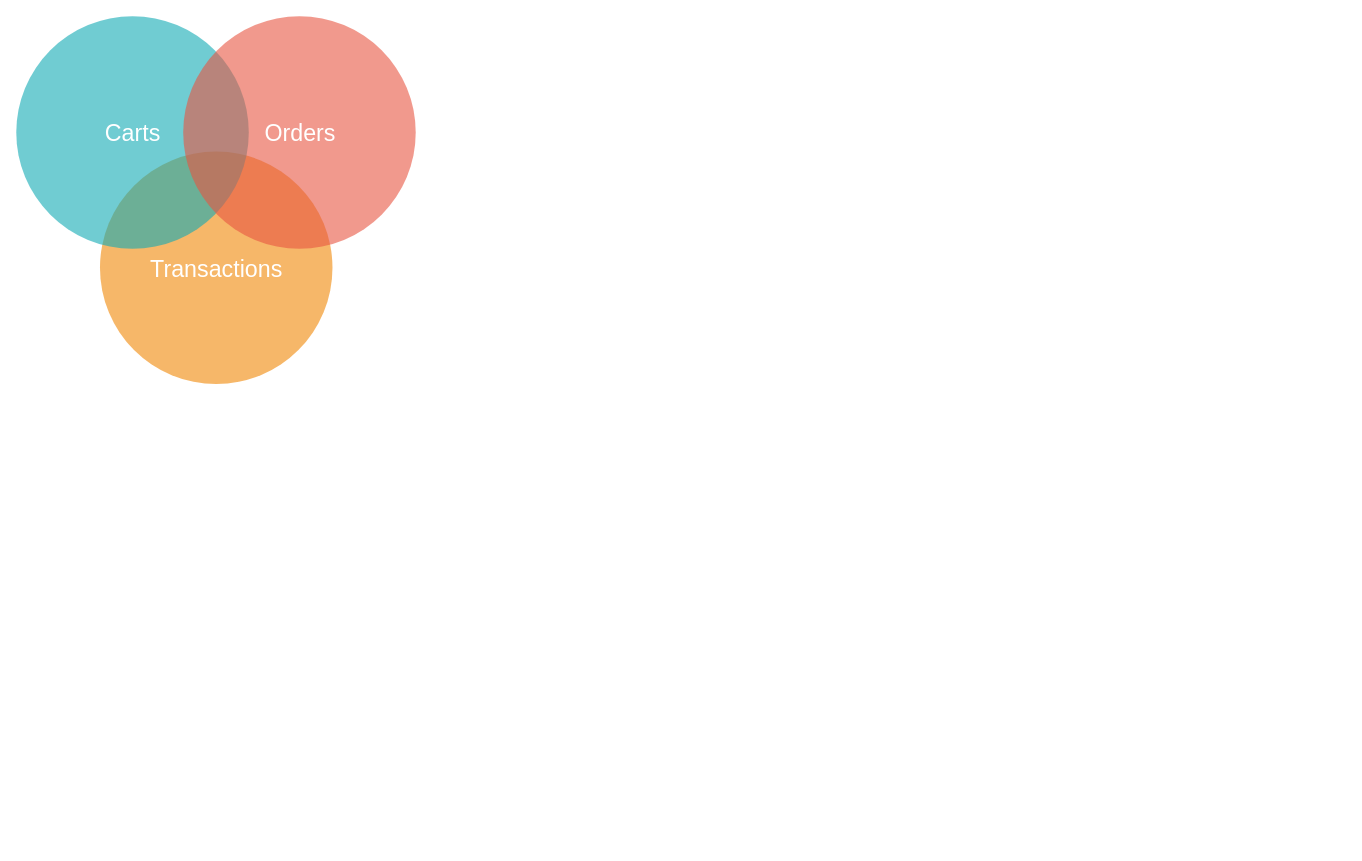
The draw.io diagram New Order System.drawio in yeganemehr/my-charts, before the edit. Source tidied: cells renumbered, new cells numbered last; positions are measured from the earlier drawing's top-left corner, leaving out a move shared by most shapes. Both pictures are drawn from the tidied source at 93%, with x=0, y=0 at pixel (16, 16).
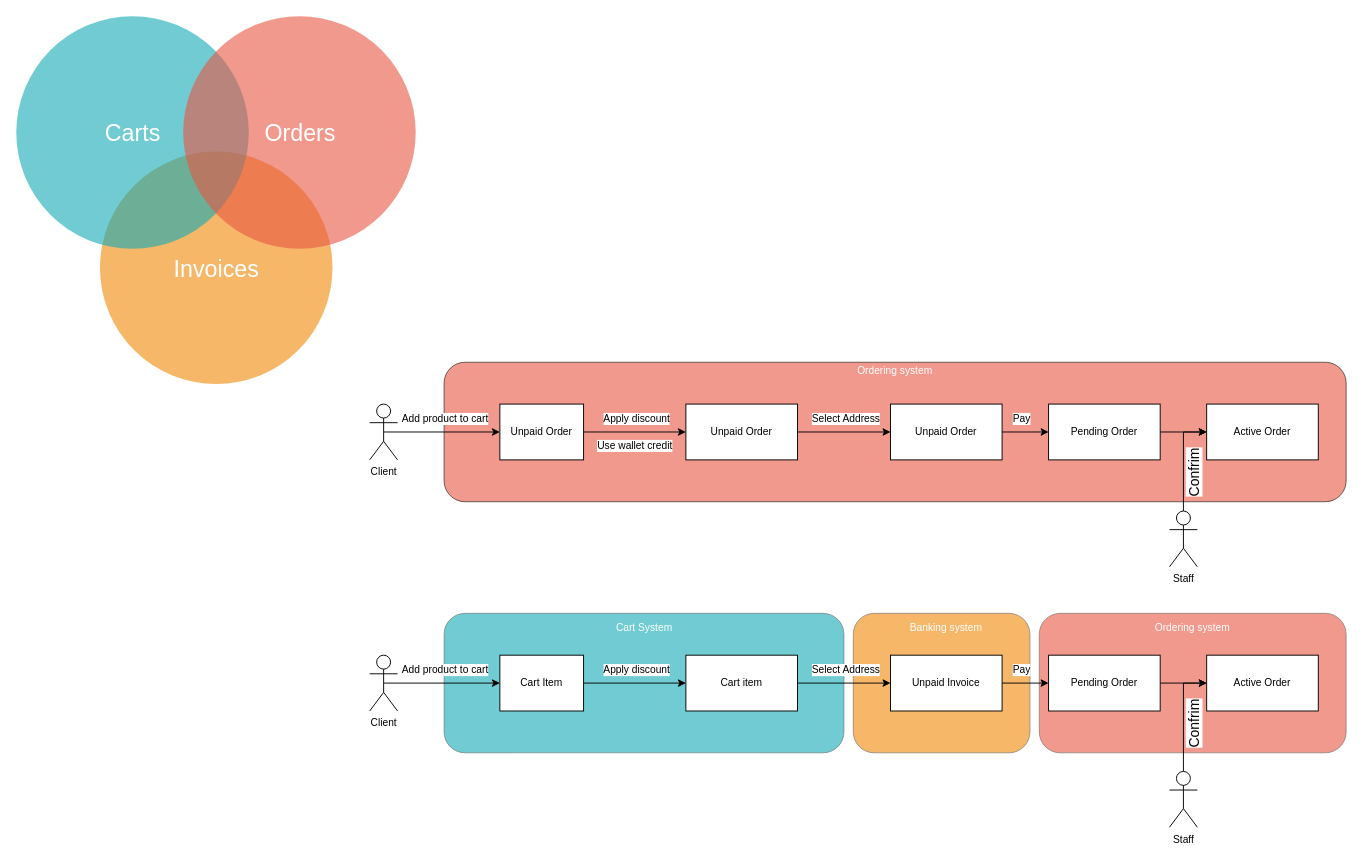
Above is the later version.

What changed in the source:
```diff
@@
-    <mxCell id="2" value="&lt;font style=&quot;font-size: 25px&quot;&gt;Transactions&lt;/font&gt;" style="ellipse;fillColor=#F08705;opacity=60;strokeColor=none;html=1;fontColor=#FFFFFF;" parent="1" vertex="1">
-      <mxGeometry x="90" y="145.5" width="250" height="250" as="geometry" />
-    </mxCell>
+    <mxCell id="5" style="rounded=1;whiteSpace=wrap;html=1;fontFamily=IranSans;fontSize=25;fillColor=#E85642;fontColor=#333333;strokeColor=#666666;opacity=60;" parent="1" vertex="1">
+      <mxGeometry x="1100" y="642" width="330" height="150" as="geometry" />
+    </mxCell>
+    <mxCell id="6" style="rounded=1;whiteSpace=wrap;html=1;fontFamily=IranSans;fontSize=25;fillColor=#F08705;fontColor=#333333;strokeColor=#666666;opacity=60;" parent="1" vertex="1">
+      <mxGeometry x="900" y="642" width="190" height="150" as="geometry" />
+    </mxCell>
+    <mxCell id="7" value="&lt;font style=&quot;font-size: 25px&quot;&gt;Invoices&lt;/font&gt;" style="ellipse;fillColor=#F08705;opacity=60;strokeColor=none;html=1;fontColor=#FFFFFF;" parent="1" vertex="1">
+      <mxGeometry x="90" y="145.5" width="250" height="250" as="geometry" />
+    </mxCell>
@@
+    <mxCell id="8" style="rounded=1;whiteSpace=wrap;html=1;fontFamily=IranSans;fontSize=25;fillColor=#E85642;opacity=60;" parent="1" vertex="1">
+      <mxGeometry x="460" y="372" width="970" height="150" as="geometry" />
+    </mxCell>
+    <mxCell id="9" style="edgeStyle=orthogonalEdgeStyle;rounded=0;jettySize=auto;html=1;exitX=0.5;exitY=0.5;exitDx=0;exitDy=0;exitPerimeter=0;entryX=0;entryY=0.5;entryDx=0;entryDy=0;fontFamily=IranSans;fontSize=25;" parent="1" edge="1" source="11" target="14">
+      <mxGeometry relative="1" as="geometry" />
+    </mxCell>
+    <mxCell id="10" value="Add product to cart" style="edgeLabel;html=1;align=center;verticalAlign=middle;fontSize=11;fontFamily=IranSans;" parent="9" vertex="1">
+      <mxGeometry x="-0.41" relative="1" as="geometry">
+        <mxPoint x="28" y="-15" as="offset" />
+      </mxGeometry>
+    </mxCell>
+    <mxCell id="11" value="Client" style="shape=umlActor;verticalLabelPosition=bottom;verticalAlign=top;html=1;outlineConnect=0;fontFamily=IranSans;fontSize=11;" parent="1" vertex="1">
+      <mxGeometry x="380" y="417" width="30" height="60" as="geometry" />
+    </mxCell>
+    <mxCell id="12" value="Use wallet credit" style="edgeStyle=orthogonalEdgeStyle;rounded=0;jettySize=auto;html=1;exitX=1;exitY=0.5;exitDx=0;exitDy=0;entryX=0;entryY=0.5;entryDx=0;entryDy=0;fontFamily=IranSans;fontSize=11;" parent="1" edge="1" source="14" target="17">
+      <mxGeometry y="-15" relative="1" as="geometry" />
+    </mxCell>
+    <mxCell id="13" value="Apply discount" style="edgeLabel;html=1;align=center;verticalAlign=middle;fontSize=11;fontFamily=IranSans;" parent="12" vertex="1">
+      <mxGeometry x="0.1" y="-3" relative="1" as="geometry">
+        <mxPoint x="-5" y="-18" as="offset" />
+      </mxGeometry>
+    </mxCell>
+    <mxCell id="14" value="Unpaid Order" style="rounded=0;whiteSpace=wrap;html=1;fontFamily=IranSans;fontSize=11;" parent="1" vertex="1">
+      <mxGeometry x="520" y="417" width="90" height="60" as="geometry" />
+    </mxCell>
+    <mxCell id="15" style="edgeStyle=orthogonalEdgeStyle;rounded=0;jettySize=auto;html=1;exitX=1;exitY=0.5;exitDx=0;exitDy=0;entryX=0;entryY=0.5;entryDx=0;entryDy=0;fontFamily=IranSans;fontSize=11;" parent="1" edge="1" source="17" target="20">
+      <mxGeometry relative="1" as="geometry" />
+    </mxCell>
+    <mxCell id="16" value="Select Address" style="edgeLabel;html=1;align=center;verticalAlign=middle;fontSize=11;fontFamily=IranSans;" parent="15" vertex="1">
+      <mxGeometry x="0.23" relative="1" as="geometry">
+        <mxPoint x="-11" y="-15" as="offset" />
+      </mxGeometry>
+    </mxCell>
+    <mxCell id="17" value="Unpaid Order" style="rounded=0;whiteSpace=wrap;html=1;fontFamily=IranSans;fontSize=11;" parent="1" vertex="1">
+      <mxGeometry x="720" y="417" width="120" height="60" as="geometry" />
+    </mxCell>
+    <mxCell id="18" style="edgeStyle=orthogonalEdgeStyle;rounded=0;jettySize=auto;html=1;exitX=1;exitY=0.5;exitDx=0;exitDy=0;entryX=0;entryY=0.5;entryDx=0;entryDy=0;fontFamily=IranSans;fontSize=11;" parent="1" edge="1" source="20" target="22">
+      <mxGeometry relative="1" as="geometry" />
+    </mxCell>
+    <mxCell id="19" value="Pay" style="edgeLabel;html=1;align=center;verticalAlign=middle;fontSize=11;fontFamily=IranSans;" parent="18" vertex="1">
+      <mxGeometry x="-0.27" relative="1" as="geometry">
+        <mxPoint x="2" y="-15" as="offset" />
+      </mxGeometry>
+    </mxCell>
+    <mxCell id="20" value="Unpaid Order" style="rounded=0;whiteSpace=wrap;html=1;fontFamily=IranSans;fontSize=11;" parent="1" vertex="1">
+      <mxGeometry x="940" y="417" width="120" height="60" as="geometry" />
+    </mxCell>
+    <mxCell id="21" style="edgeStyle=orthogonalEdgeStyle;rounded=0;jettySize=auto;html=1;exitX=1;exitY=0.5;exitDx=0;exitDy=0;entryX=0;entryY=0.5;entryDx=0;entryDy=0;fontFamily=IranSans;fontSize=11;" parent="1" edge="1" source="22" target="23">
+      <mxGeometry relative="1" as="geometry" />
+    </mxCell>
+    <mxCell id="22" value="Pending Order" style="rounded=0;whiteSpace=wrap;html=1;fontFamily=IranSans;fontSize=11;" parent="1" vertex="1">
+      <mxGeometry x="1110" y="417" width="120" height="60" as="geometry" />
+    </mxCell>
+    <mxCell id="23" value="Active Order" style="rounded=0;whiteSpace=wrap;html=1;fontFamily=IranSans;fontSize=11;" parent="1" vertex="1">
+      <mxGeometry x="1280" y="417" width="120" height="60" as="geometry" />
+    </mxCell>
+    <mxCell id="24" style="edgeStyle=orthogonalEdgeStyle;rounded=0;jettySize=auto;html=1;exitX=0.5;exitY=0;exitDx=0;exitDy=0;exitPerimeter=0;entryX=0;entryY=0.5;entryDx=0;entryDy=0;fontFamily=IranSans;fontSize=11;" parent="1" edge="1" source="26" target="23">
+      <mxGeometry relative="1" as="geometry" />
+    </mxCell>
+    <mxCell id="25" value="Confrim" style="edgeLabel;html=1;align=center;verticalAlign=middle;fontSize=15;rotation=-90;" parent="24" vertex="1">
+      <mxGeometry x="-0.47" y="-1" relative="1" as="geometry">
+        <mxPoint x="9" y="-11" as="offset" />
+      </mxGeometry>
+    </mxCell>
+    <mxCell id="26" value="Staff" style="shape=umlActor;verticalLabelPosition=bottom;verticalAlign=top;html=1;outlineConnect=0;fontFamily=IranSans;fontSize=11;" parent="1" vertex="1">
+      <mxGeometry x="1240" y="532" width="30" height="60" as="geometry" />
+    </mxCell>
+    <mxCell id="27" style="rounded=1;whiteSpace=wrap;html=1;fontFamily=IranSans;fontSize=25;fillColor=#12AAB5;fontColor=#333333;strokeColor=#666666;opacity=60;" parent="1" vertex="1">
+      <mxGeometry x="460" y="642" width="430" height="150" as="geometry" />
+    </mxCell>
+    <mxCell id="28" style="edgeStyle=orthogonalEdgeStyle;rounded=0;jettySize=auto;html=1;exitX=0.5;exitY=0.5;exitDx=0;exitDy=0;exitPerimeter=0;entryX=0;entryY=0.5;entryDx=0;entryDy=0;fontFamily=IranSans;fontSize=25;" parent="1" edge="1" source="30" target="33">
+      <mxGeometry relative="1" as="geometry" />
+    </mxCell>
+    <mxCell id="29" value="Add product to cart" style="edgeLabel;html=1;align=center;verticalAlign=middle;fontSize=11;fontFamily=IranSans;" parent="28" vertex="1">
+      <mxGeometry x="-0.41" relative="1" as="geometry">
+        <mxPoint x="28" y="-15" as="offset" />
+      </mxGeometry>
+    </mxCell>
+    <mxCell id="30" value="Client" style="shape=umlActor;verticalLabelPosition=bottom;verticalAlign=top;html=1;outlineConnect=0;fontFamily=IranSans;fontSize=11;" parent="1" vertex="1">
+      <mxGeometry x="380" y="687" width="30" height="60" as="geometry" />
+    </mxCell>
+    <mxCell id="31" style="edgeStyle=orthogonalEdgeStyle;rounded=0;jettySize=auto;html=1;exitX=1;exitY=0.5;exitDx=0;exitDy=0;entryX=0;entryY=0.5;entryDx=0;entryDy=0;fontFamily=IranSans;fontSize=11;" parent="1" edge="1" source="33" target="36">
+      <mxGeometry y="-15" relative="1" as="geometry" />
+    </mxCell>
+    <mxCell id="32" value="Apply discount" style="edgeLabel;html=1;align=center;verticalAlign=middle;fontSize=11;fontFamily=IranSans;" parent="31" vertex="1">
+      <mxGeometry x="0.1" y="-3" relative="1" as="geometry">
+        <mxPoint x="-5" y="-18" as="offset" />
+      </mxGeometry>
+    </mxCell>
+    <mxCell id="33" value="Cart Item" style="rounded=0;whiteSpace=wrap;html=1;fontFamily=IranSans;fontSize=11;" parent="1" vertex="1">
+      <mxGeometry x="520" y="687" width="90" height="60" as="geometry" />
+    </mxCell>
+    <mxCell id="34" style="edgeStyle=orthogonalEdgeStyle;rounded=0;jettySize=auto;html=1;exitX=1;exitY=0.5;exitDx=0;exitDy=0;entryX=0;entryY=0.5;entryDx=0;entryDy=0;fontFamily=IranSans;fontSize=11;" parent="1" edge="1" source="36" target="39">
+      <mxGeometry relative="1" as="geometry" />
+    </mxCell>
+    <mxCell id="35" value="Select Address" style="edgeLabel;html=1;align=center;verticalAlign=middle;fontSize=11;fontFamily=IranSans;" parent="34" vertex="1">
+      <mxGeometry x="0.23" relative="1" as="geometry">
+        <mxPoint x="-11" y="-15" as="offset" />
+      </mxGeometry>
+    </mxCell>
+    <mxCell id="36" value="Cart item" style="rounded=0;whiteSpace=wrap;html=1;fontFamily=IranSans;fontSize=11;" parent="1" vertex="1">
+      <mxGeometry x="720" y="687" width="120" height="60" as="geometry" />
+    </mxCell>
+    <mxCell id="37" style="edgeStyle=orthogonalEdgeStyle;rounded=0;jettySize=auto;html=1;exitX=1;exitY=0.5;exitDx=0;exitDy=0;entryX=0;entryY=0.5;entryDx=0;entryDy=0;fontFamily=IranSans;fontSize=11;" parent="1" edge="1" source="39" target="41">
+      <mxGeometry relative="1" as="geometry" />
+    </mxCell>
+    <mxCell id="38" value="Pay" style="edgeLabel;html=1;align=center;verticalAlign=middle;fontSize=11;fontFamily=IranSans;" parent="37" vertex="1">
+      <mxGeometry x="-0.27" relative="1" as="geometry">
+        <mxPoint x="2" y="-15" as="offset" />
+      </mxGeometry>
+    </mxCell>
+    <mxCell id="39" value="Unpaid Invoice" style="rounded=0;whiteSpace=wrap;html=1;fontFamily=IranSans;fontSize=11;" parent="1" vertex="1">
+      <mxGeometry x="940" y="687" width="120" height="60" as="geometry" />
+    </mxCell>
+    <mxCell id="40" style="edgeStyle=orthogonalEdgeStyle;rounded=0;jettySize=auto;html=1;exitX=1;exitY=0.5;exitDx=0;exitDy=0;entryX=0;entryY=0.5;entryDx=0;entryDy=0;fontFamily=IranSans;fontSize=11;" parent="1" edge="1" source="41" target="42">
+      <mxGeometry relative="1" as="geometry" />
+    </mxCell>
+    <mxCell id="41" value="Pending Order" style="rounded=0;whiteSpace=wrap;html=1;fontFamily=IranSans;fontSize=11;" parent="1" vertex="1">
+      <mxGeometry x="1110" y="687" width="120" height="60" as="geometry" />
+    </mxCell>
+    <mxCell id="42" value="Active Order" style="rounded=0;whiteSpace=wrap;html=1;fontFamily=IranSans;fontSize=11;" parent="1" vertex="1">
+      <mxGeometry x="1280" y="687" width="120" height="60" as="geometry" />
+    </mxCell>
+    <mxCell id="43" style="edgeStyle=orthogonalEdgeStyle;rounded=0;jettySize=auto;html=1;exitX=0.5;exitY=0;exitDx=0;exitDy=0;exitPerimeter=0;entryX=0;entryY=0.5;entryDx=0;entryDy=0;fontFamily=IranSans;fontSize=11;" parent="1" edge="1" source="45" target="42">
+      <mxGeometry relative="1" as="geometry" />
+    </mxCell>
+    <mxCell id="44" value="Confrim" style="edgeLabel;html=1;align=center;verticalAlign=middle;fontSize=15;rotation=-90;" parent="43" vertex="1">
+      <mxGeometry x="-0.43" y="1" relative="1" as="geometry">
+        <mxPoint x="11" y="-16" as="offset" />
+      </mxGeometry>
+    </mxCell>
+    <mxCell id="45" value="Staff" style="shape=umlActor;verticalLabelPosition=bottom;verticalAlign=top;html=1;outlineConnect=0;fontFamily=IranSans;fontSize=11;" parent="1" vertex="1">
+      <mxGeometry x="1240" y="812" width="30" height="60" as="geometry" />
+    </mxCell>
+    <mxCell id="46" value="Cart System" style="text;html=1;align=center;verticalAlign=middle;whiteSpace=wrap;rounded=0;fontFamily=IranSans;fontSize=11;fontColor=#FFFFFF;" parent="1" vertex="1">
+      <mxGeometry x="637.5" y="642" width="75" height="30" as="geometry" />
+    </mxCell>
+    <mxCell id="47" value="Banking system" style="text;html=1;align=center;verticalAlign=middle;whiteSpace=wrap;rounded=0;fontFamily=IranSans;fontSize=11;fontColor=#FFFFFF;" parent="1" vertex="1">
+      <mxGeometry x="941.2" y="642" width="117.5" height="30" as="geometry" />
+    </mxCell>
+    <mxCell id="48" value="Ordering system" style="text;html=1;align=center;verticalAlign=middle;whiteSpace=wrap;rounded=0;fontFamily=IranSans;fontSize=11;fontColor=#FFFFFF;" parent="1" vertex="1">
+      <mxGeometry x="1206.2" y="642" width="117.5" height="30" as="geometry" />
+    </mxCell>
+    <mxCell id="49" value="Ordering system" style="text;html=1;align=center;verticalAlign=middle;whiteSpace=wrap;rounded=0;fontFamily=IranSans;fontSize=11;fontColor=#FFFFFF;" parent="1" vertex="1">
+      <mxGeometry x="886.2" y="366" width="117.5" height="30" as="geometry" />
+    </mxCell>
```
